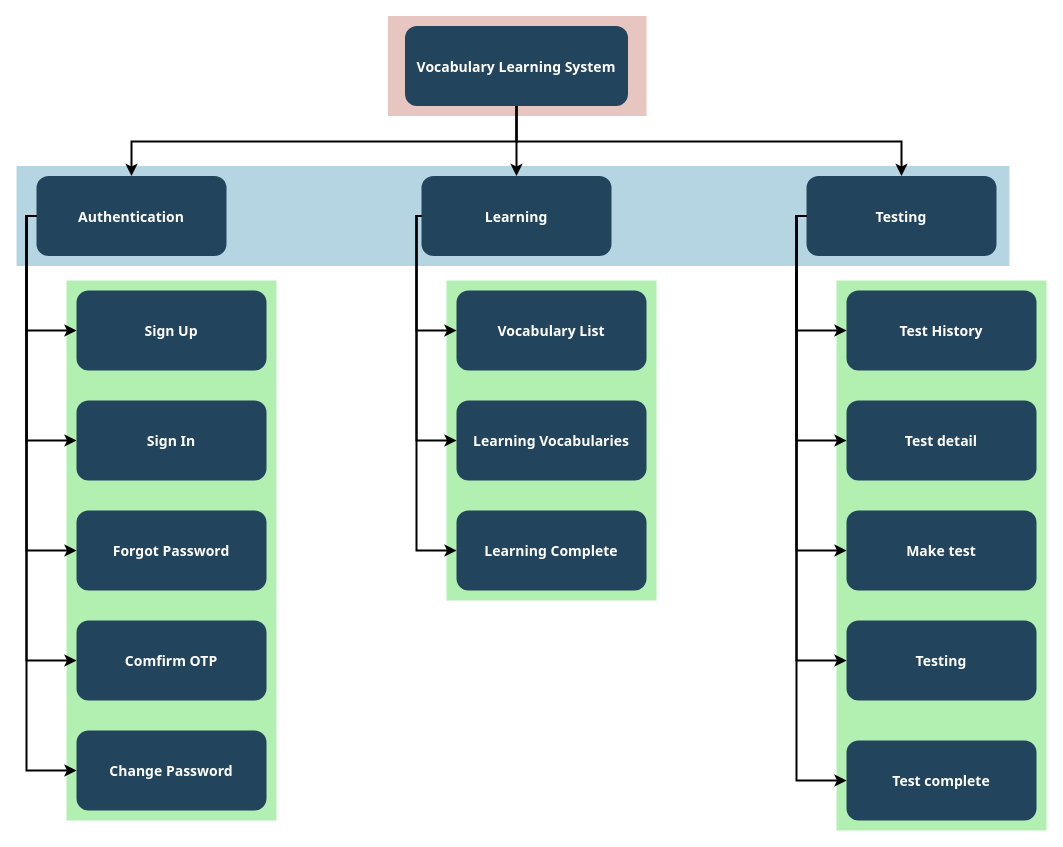
nghipq/Group5 keeps this draw.io diagram as HCI/Assignement1/SiteMap/SiteMap.drawio. Above is the earlier version. Source tidied: cells renumbered, new cells numbered last; positions are measured from the earlier drawing's top-left corner, leaving out a move shared by most shapes. Both pictures are drawn from the tidied source at 100%, with x=0, y=0 at pixel (-64, 16).
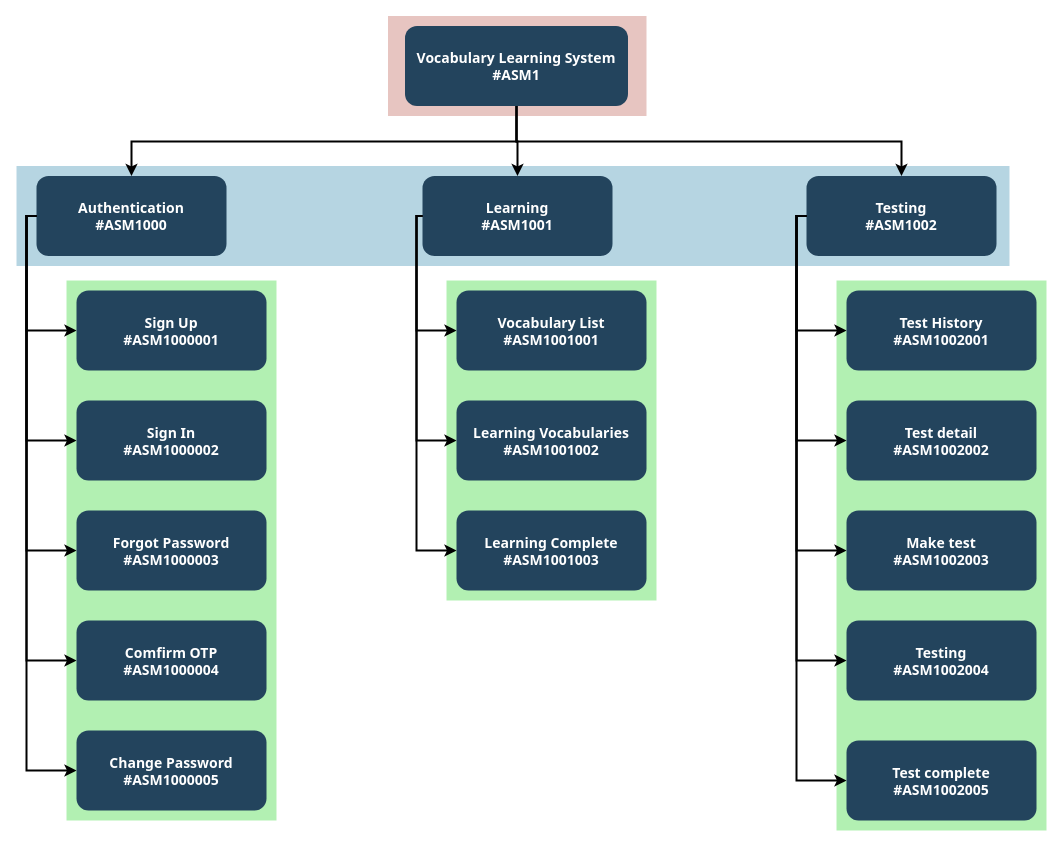
Above is the later version.

The edit, as a diff of the source:
```diff
@@
-    <mxCell id="7" value="Vocabulary Learning System" style="rounded=1;fillColor=#23445D;gradientColor=none;strokeColor=none;fontColor=#FFFFFF;fontStyle=1;fontFamily=Tahoma;fontSize=14;" parent="1" vertex="1">
+    <mxCell id="7" value="Vocabulary Learning System&#10;#ASM1" style="rounded=1;fillColor=#23445D;gradientColor=none;strokeColor=none;fontColor=#FFFFFF;fontStyle=1;fontFamily=Tahoma;fontSize=14;" parent="1" vertex="1">
       <mxGeometry x="468.5" y="9.5" width="223" height="80" as="geometry" />
     </mxCell>
@@
-    <mxCell id="9" value="Testing" style="rounded=1;fillColor=#23445D;gradientColor=none;strokeColor=none;fontColor=#FFFFFF;fontStyle=1;fontFamily=Tahoma;fontSize=14;" parent="1" vertex="1">
+    <mxCell id="9" value="Testing&#10;#ASM1002" style="rounded=1;fillColor=#23445D;gradientColor=none;strokeColor=none;fontColor=#FFFFFF;fontStyle=1;fontFamily=Tahoma;fontSize=14;" parent="1" vertex="1">
       <mxGeometry x="870" y="159.5" width="190" height="80" as="geometry" />
     </mxCell>
-    <mxCell id="10" value="Learning" style="rounded=1;fillColor=#23445D;gradientColor=none;strokeColor=none;fontColor=#FFFFFF;fontStyle=1;fontFamily=Tahoma;fontSize=14;" parent="1" vertex="1">
-      <mxGeometry x="485" y="159.5" width="190" height="80" as="geometry" />
+    <mxCell id="10" value="Learning&#10;#ASM1001" style="rounded=1;fillColor=#23445D;gradientColor=none;strokeColor=none;fontColor=#FFFFFF;fontStyle=1;fontFamily=Tahoma;fontSize=14;" parent="1" vertex="1">
+      <mxGeometry x="486" y="159.5" width="190" height="80" as="geometry" />
     </mxCell>
-    <mxCell id="11" value="Authentication" style="rounded=1;fillColor=#23445D;gradientColor=none;strokeColor=none;fontColor=#FFFFFF;fontStyle=1;fontFamily=Tahoma;fontSize=14;" parent="1" vertex="1">
+    <mxCell id="11" value="Authentication&#10;#ASM1000" style="rounded=1;fillColor=#23445D;gradientColor=none;strokeColor=none;fontColor=#FFFFFF;fontStyle=1;fontFamily=Tahoma;fontSize=14;" parent="1" vertex="1">
       <mxGeometry x="100" y="159.5" width="190" height="80" as="geometry" />
     </mxCell>
@@
-    <mxCell id="14" value="Sign Up" style="rounded=1;fillColor=#23445D;gradientColor=none;strokeColor=none;fontColor=#FFFFFF;fontStyle=1;fontFamily=Tahoma;fontSize=14;" parent="1" vertex="1">
+    <mxCell id="14" value="Sign Up&#10;#ASM1000001" style="rounded=1;fillColor=#23445D;gradientColor=none;strokeColor=none;fontColor=#FFFFFF;fontStyle=1;fontFamily=Tahoma;fontSize=14;" parent="1" vertex="1">
       <mxGeometry x="140" y="274" width="190" height="80" as="geometry" />
     </mxCell>
@@
-    <mxCell id="16" value="Sign In" style="rounded=1;fillColor=#23445D;gradientColor=none;strokeColor=none;fontColor=#FFFFFF;fontStyle=1;fontFamily=Tahoma;fontSize=14;" parent="1" vertex="1">
+    <mxCell id="16" value="Sign In&#10;#ASM1000002" style="rounded=1;fillColor=#23445D;gradientColor=none;strokeColor=none;fontColor=#FFFFFF;fontStyle=1;fontFamily=Tahoma;fontSize=14;" parent="1" vertex="1">
       <mxGeometry x="140" y="384" width="190" height="80" as="geometry" />
     </mxCell>
@@
-    <mxCell id="18" value="Forgot Password" style="rounded=1;fillColor=#23445D;gradientColor=none;strokeColor=none;fontColor=#FFFFFF;fontStyle=1;fontFamily=Tahoma;fontSize=14;" parent="1" vertex="1">
+    <mxCell id="18" value="Forgot Password&#10;#ASM1000003" style="rounded=1;fillColor=#23445D;gradientColor=none;strokeColor=none;fontColor=#FFFFFF;fontStyle=1;fontFamily=Tahoma;fontSize=14;" parent="1" vertex="1">
       <mxGeometry x="140" y="494" width="190" height="80" as="geometry" />
     </mxCell>
@@
-    <mxCell id="20" value="Comfirm OTP" style="rounded=1;fillColor=#23445D;gradientColor=none;strokeColor=none;fontColor=#FFFFFF;fontStyle=1;fontFamily=Tahoma;fontSize=14;" parent="1" vertex="1">
+    <mxCell id="20" value="Comfirm OTP&#10;#ASM1000004" style="rounded=1;fillColor=#23445D;gradientColor=none;strokeColor=none;fontColor=#FFFFFF;fontStyle=1;fontFamily=Tahoma;fontSize=14;" parent="1" vertex="1">
       <mxGeometry x="140" y="604" width="190" height="80" as="geometry" />
     </mxCell>
@@
-    <mxCell id="22" value="Change Password" style="rounded=1;fillColor=#23445D;gradientColor=none;strokeColor=none;fontColor=#FFFFFF;fontStyle=1;fontFamily=Tahoma;fontSize=14;" parent="1" vertex="1">
+    <mxCell id="22" value="Change Password&#10;#ASM1000005" style="rounded=1;fillColor=#23445D;gradientColor=none;strokeColor=none;fontColor=#FFFFFF;fontStyle=1;fontFamily=Tahoma;fontSize=14;" parent="1" vertex="1">
       <mxGeometry x="140" y="714" width="190" height="80" as="geometry" />
     </mxCell>
@@
-    <mxCell id="24" value="Vocabulary List" style="rounded=1;fillColor=#23445D;gradientColor=none;strokeColor=none;fontColor=#FFFFFF;fontStyle=1;fontFamily=Tahoma;fontSize=14;" parent="1" vertex="1">
+    <mxCell id="24" value="Vocabulary List&#10;#ASM1001001" style="rounded=1;fillColor=#23445D;gradientColor=none;strokeColor=none;fontColor=#FFFFFF;fontStyle=1;fontFamily=Tahoma;fontSize=14;" parent="1" vertex="1">
       <mxGeometry x="520" y="274" width="190" height="80" as="geometry" />
     </mxCell>
@@
-    <mxCell id="26" value="Learning Vocabularies" style="rounded=1;fillColor=#23445D;gradientColor=none;strokeColor=none;fontColor=#FFFFFF;fontStyle=1;fontFamily=Tahoma;fontSize=14;" parent="1" vertex="1">
+    <mxCell id="26" value="Learning Vocabularies&#10;#ASM1001002" style="rounded=1;fillColor=#23445D;gradientColor=none;strokeColor=none;fontColor=#FFFFFF;fontStyle=1;fontFamily=Tahoma;fontSize=14;" parent="1" vertex="1">
       <mxGeometry x="520" y="384" width="190" height="80" as="geometry" />
     </mxCell>
@@
-    <mxCell id="28" value="Learning Complete" style="rounded=1;fillColor=#23445D;gradientColor=none;strokeColor=none;fontColor=#FFFFFF;fontStyle=1;fontFamily=Tahoma;fontSize=14;" parent="1" vertex="1">
+    <mxCell id="28" value="Learning Complete&#10;#ASM1001003" style="rounded=1;fillColor=#23445D;gradientColor=none;strokeColor=none;fontColor=#FFFFFF;fontStyle=1;fontFamily=Tahoma;fontSize=14;" parent="1" vertex="1">
       <mxGeometry x="520" y="494" width="190" height="80" as="geometry" />
     </mxCell>
@@
-    <mxCell id="30" value="Test History" style="rounded=1;fillColor=#23445D;gradientColor=none;strokeColor=none;fontColor=#FFFFFF;fontStyle=1;fontFamily=Tahoma;fontSize=14;" parent="1" vertex="1">
+    <mxCell id="30" value="Test History&#10;#ASM1002001" style="rounded=1;fillColor=#23445D;gradientColor=none;strokeColor=none;fontColor=#FFFFFF;fontStyle=1;fontFamily=Tahoma;fontSize=14;" parent="1" vertex="1">
       <mxGeometry x="910" y="274" width="190" height="80" as="geometry" />
     </mxCell>
-    <mxCell id="31" value="Test detail" style="rounded=1;fillColor=#23445D;gradientColor=none;strokeColor=none;fontColor=#FFFFFF;fontStyle=1;fontFamily=Tahoma;fontSize=14;" parent="1" vertex="1">
+    <mxCell id="31" value="Test detail&#10;#ASM1002002" style="rounded=1;fillColor=#23445D;gradientColor=none;strokeColor=none;fontColor=#FFFFFF;fontStyle=1;fontFamily=Tahoma;fontSize=14;" parent="1" vertex="1">
       <mxGeometry x="910" y="384" width="190" height="80" as="geometry" />
     </mxCell>
-    <mxCell id="32" value="Make test" style="rounded=1;fillColor=#23445D;gradientColor=none;strokeColor=none;fontColor=#FFFFFF;fontStyle=1;fontFamily=Tahoma;fontSize=14;" parent="1" vertex="1">
+    <mxCell id="32" value="Make test&#10;#ASM1002003" style="rounded=1;fillColor=#23445D;gradientColor=none;strokeColor=none;fontColor=#FFFFFF;fontStyle=1;fontFamily=Tahoma;fontSize=14;" parent="1" vertex="1">
       <mxGeometry x="910" y="494" width="190" height="80" as="geometry" />
     </mxCell>
-    <mxCell id="33" value="Testing" style="rounded=1;fillColor=#23445D;gradientColor=none;strokeColor=none;fontColor=#FFFFFF;fontStyle=1;fontFamily=Tahoma;fontSize=14;" parent="1" vertex="1">
+    <mxCell id="33" value="Testing&#10;#ASM1002004" style="rounded=1;fillColor=#23445D;gradientColor=none;strokeColor=none;fontColor=#FFFFFF;fontStyle=1;fontFamily=Tahoma;fontSize=14;" parent="1" vertex="1">
       <mxGeometry x="910" y="604" width="190" height="80" as="geometry" />
     </mxCell>
@@
-    <mxCell id="38" value="Test complete" style="rounded=1;fillColor=#23445D;gradientColor=none;strokeColor=none;fontColor=#FFFFFF;fontStyle=1;fontFamily=Tahoma;fontSize=14;" parent="1" vertex="1">
+    <mxCell id="38" value="Test complete&#10;#ASM1002005" style="rounded=1;fillColor=#23445D;gradientColor=none;strokeColor=none;fontColor=#FFFFFF;fontStyle=1;fontFamily=Tahoma;fontSize=14;" parent="1" vertex="1">
       <mxGeometry x="910" y="724" width="190" height="80" as="geometry" />
     </mxCell>
```
